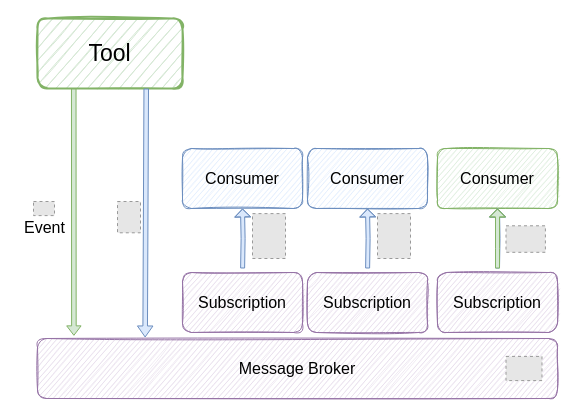
This is page "Multiple Produced" (1 of 6) of images/cdevents.drawio from cdevents/spec, a draw.io file, before an edit. Source tidied: cells renumbered, new cells numbered last; positions are measured from the earlier drawing's top-left corner, leaving out a move shared by most shapes. Both pictures are drawn from the tidied source at 100%, with x=0, y=0 at pixel (33, 18). Pictures stored in the file or linked from it are replaced by grey dashed boxes.
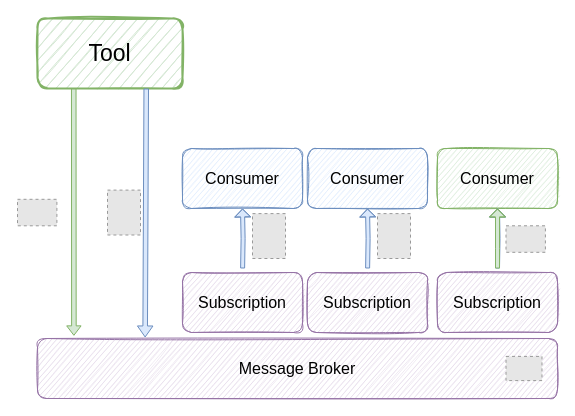
The same diagram, later.

Unchanged cells that the change refers to:
```xml
<mxCell id="2" value="&lt;span style=&quot;font-size: 23px;&quot;&gt;Tool&lt;/span&gt;" style="rounded=1;whiteSpace=wrap;html=1;sketch=1;fillColor=#d5e8d4;strokeColor=#82b366;fontSize=23;strokeWidth=2;" parent="1" vertex="1">
  <mxGeometry x="4" width="145" height="70" as="geometry" />
</mxCell>
<mxCell id="6" value="Message Broker" style="rounded=1;whiteSpace=wrap;html=1;sketch=1;fontSize=16;fillColor=#e1d5e7;strokeColor=#9673a6;" parent="1" vertex="1">
  <mxGeometry x="4" y="320" width="520" height="60" as="geometry" />
</mxCell>
```

Change to the diagram source:
```diff
@@
-    <mxCell id="3" value="Event" style="rounded=0;jettySize=auto;html=1;fontSize=16;shape=flexArrow;width=4.571428571428571;endSize=2.8114285714285714;endWidth=8.816326530612246;startArrow=block;fillColor=#d5e8d4;endArrow=none;endFill=0;startWidth=8.816326530612246;startSize=2.8114285714285714;strokeColor=#82b366;exitX=0.07;exitY=-0.045;exitDx=0;exitDy=0;exitPerimeter=0;entryX=0.25;entryY=1;entryDx=0;entryDy=0;" parent="1" edge="1" source="6" target="2">
+    <mxCell id="3" style="rounded=0;jettySize=auto;html=1;fontSize=16;shape=flexArrow;width=4.571428571428571;endSize=2.8114285714285714;endWidth=8.816326530612246;startArrow=block;fillColor=#d5e8d4;endArrow=none;endFill=0;startWidth=8.816326530612246;startSize=2.8114285714285714;strokeColor=#82b366;exitX=0.07;exitY=-0.045;exitDx=0;exitDy=0;exitPerimeter=0;entryX=0.25;entryY=1;entryDx=0;entryDy=0;" parent="1" edge="1" source="6" target="2">
       <mxGeometry x="-0.13" y="29" relative="1" as="geometry" />
     </mxCell>
@@
-    <mxCell id="7" style="fillColor=#E6E6E6;strokeColor=#999999;dashed=1;verticalLabelPosition=bottom;verticalAlign=top;" parent="1" vertex="1">
-      <mxGeometry x="84" y="183" width="23" height="31.3" as="geometry" />
-    </mxCell>
@@
-    <mxCell id="15" style="fillColor=#E6E6E6;strokeColor=#999999;dashed=1;verticalLabelPosition=bottom;verticalAlign=top;" parent="1" vertex="1">
-      <mxGeometry y="183" width="21" height="14.1" as="geometry" />
-    </mxCell>
@@
+    <mxCell id="22" style="fillColor=#E6E6E6;strokeColor=#999999;dashed=1;verticalLabelPosition=bottom;verticalAlign=top;" parent="1" vertex="1">
+      <mxGeometry x="-16" y="180.8" width="39.4" height="26.5" as="geometry" />
+    </mxCell>
+    <mxCell id="23" style="fillColor=#E6E6E6;strokeColor=#999999;dashed=1;verticalLabelPosition=bottom;verticalAlign=top;" parent="1" vertex="1">
+      <mxGeometry x="74" y="171.6" width="33" height="44.9" as="geometry" />
+    </mxCell>
```
